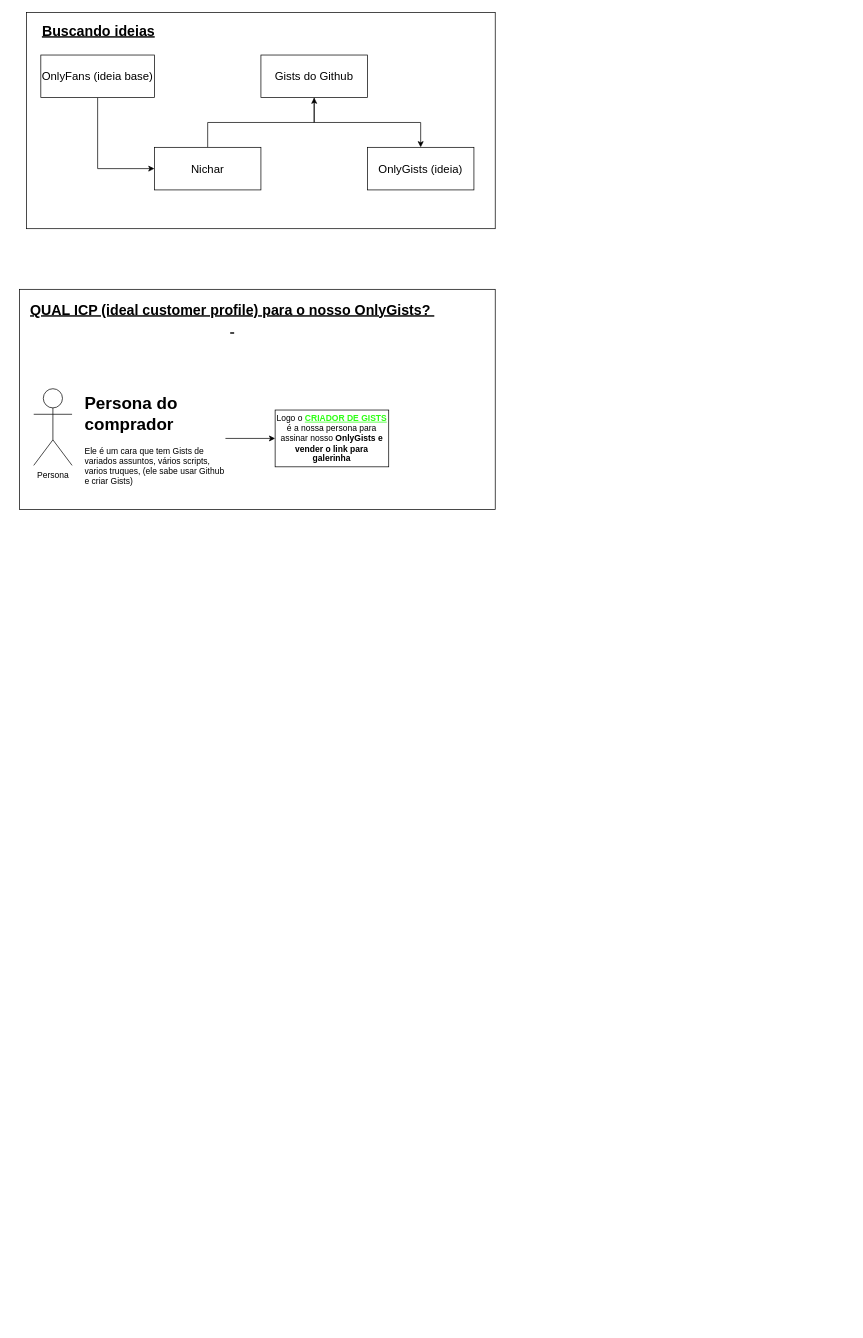
Earlier version of the draw.io diagram saas-renanlimaleite.drawio (renanlimaleite/studies). Source tidied: cells renumbered, new cells numbered last; positions are measured from the earlier drawing's top-left corner, leaving out a move shared by most shapes. Both pictures are drawn from the tidied source at 71%, with x=0, y=0 at pixel (19, 12).
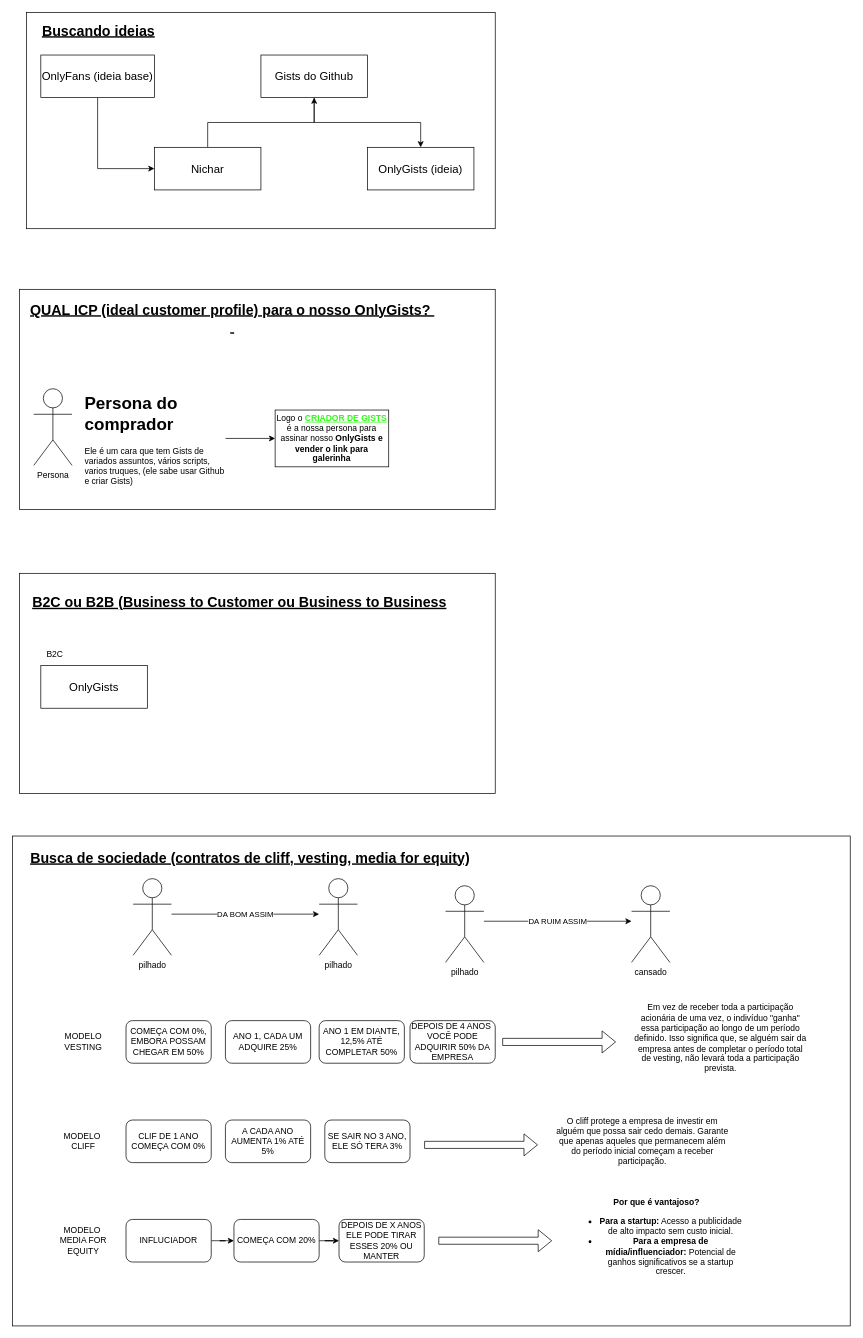
The same diagram, later.

Commit message:
contratos de cliff, vesting, media for equity

What changed in the source:
```diff
@@
+    <mxCell id="17" style="rounded=0;whiteSpace=wrap;html=1;" parent="1" vertex="1">
+      <mxGeometry x="-10" y="1160" width="1180" height="690" as="geometry" />
+    </mxCell>
@@
+    <mxCell id="18" style="rounded=0;whiteSpace=wrap;html=1;" parent="1" vertex="1">
+      <mxGeometry y="790" width="670" height="310" as="geometry" />
+    </mxCell>
+    <mxCell id="19" value="&lt;span style=&quot;font-size: 20px;&quot;&gt;&lt;b&gt;&lt;u&gt;B2C ou B2B (Business to Customer ou Business to Business&lt;/u&gt;&lt;/b&gt;&lt;/span&gt;" style="text;html=1;align=center;verticalAlign=middle;whiteSpace=wrap;rounded=0;" parent="1" vertex="1">
+      <mxGeometry x="10" y="810" width="600" height="40" as="geometry" />
+    </mxCell>
+    <mxCell id="20" value="&lt;span style=&quot;font-size: 16px;&quot;&gt;OnlyGists&lt;/span&gt;" style="rounded=0;whiteSpace=wrap;html=1;" parent="1" vertex="1">
+      <mxGeometry x="30" y="920" width="150" height="60" as="geometry" />
+    </mxCell>
+    <mxCell id="21" value="B2C" style="text;html=1;align=center;verticalAlign=middle;whiteSpace=wrap;rounded=0;" parent="1" vertex="1">
+      <mxGeometry x="20" y="890" width="60" height="30" as="geometry" />
+    </mxCell>
+    <mxCell id="22" value="&lt;span style=&quot;font-size: 20px;&quot;&gt;&lt;b&gt;&lt;u&gt;Busca de sociedade (contratos de cliff, vesting, media for equity)&lt;/u&gt;&lt;/b&gt;&lt;/span&gt;" style="text;html=1;align=center;verticalAlign=middle;whiteSpace=wrap;rounded=0;" parent="1" vertex="1">
+      <mxGeometry x="10" y="1170" width="630" height="40" as="geometry" />
+    </mxCell>
+    <mxCell id="23" value="DA BOM ASSIM" style="edgeStyle=orthogonalEdgeStyle;rounded=0;jettySize=auto;html=1;" parent="1" edge="1" source="24" target="25">
+      <mxGeometry relative="1" as="geometry">
+        <Array as="points">
+          <mxPoint x="324" y="1270" />
+          <mxPoint x="324" y="1270" />
+        </Array>
+      </mxGeometry>
+    </mxCell>
+    <mxCell id="24" value="pilhado" style="shape=umlActor;verticalLabelPosition=bottom;verticalAlign=top;html=1;" parent="1" vertex="1">
+      <mxGeometry x="160" y="1220" width="54" height="108" as="geometry" />
+    </mxCell>
+    <mxCell id="25" value="pilhado" style="shape=umlActor;verticalLabelPosition=bottom;verticalAlign=top;html=1;" parent="1" vertex="1">
+      <mxGeometry x="422" y="1220" width="54" height="108" as="geometry" />
+    </mxCell>
+    <mxCell id="26" value="MODELO VESTING" style="text;html=1;align=center;verticalAlign=middle;whiteSpace=wrap;rounded=0;" parent="1" vertex="1">
+      <mxGeometry x="60" y="1435" width="60" height="30" as="geometry" />
+    </mxCell>
+    <mxCell id="27" value="DEPOIS DE 4 ANOS&amp;nbsp;&lt;div&gt;VOCÊ PODE ADQUIRIR 50% DA EMPRESA&lt;/div&gt;" style="rounded=1;whiteSpace=wrap;html=1;" parent="1" vertex="1">
+      <mxGeometry x="550" y="1420" width="120" height="60" as="geometry" />
+    </mxCell>
+    <mxCell id="28" value="COMEÇA COM 0%,&lt;br&gt;EMBORA POSSAM CHEGAR EM 50%" style="rounded=1;whiteSpace=wrap;html=1;" parent="1" vertex="1">
+      <mxGeometry x="150" y="1420" width="120" height="60" as="geometry" />
+    </mxCell>
+    <mxCell id="29" value="MODELO&amp;nbsp;&lt;br&gt;CLIFF" style="text;html=1;align=center;verticalAlign=middle;whiteSpace=wrap;rounded=0;" parent="1" vertex="1">
+      <mxGeometry x="60" y="1575" width="60" height="30" as="geometry" />
+    </mxCell>
+    <mxCell id="30" value="CLIF DE 1 ANO&lt;br&gt;COMEÇA COM 0%" style="rounded=1;whiteSpace=wrap;html=1;" parent="1" vertex="1">
+      <mxGeometry x="150" y="1560" width="120" height="60" as="geometry" />
+    </mxCell>
+    <mxCell id="31" value="MODELO&amp;nbsp;&lt;br&gt;MEDIA FOR EQUITY" style="text;html=1;align=center;verticalAlign=middle;whiteSpace=wrap;rounded=0;" parent="1" vertex="1">
+      <mxGeometry x="50" y="1715" width="80" height="30" as="geometry" />
+    </mxCell>
+    <mxCell id="32" style="edgeStyle=orthogonalEdgeStyle;rounded=0;jettySize=auto;html=1;" parent="1" edge="1" source="33" target="35">
+      <mxGeometry relative="1" as="geometry" />
+    </mxCell>
+    <mxCell id="33" value="INFLUCIADOR" style="rounded=1;whiteSpace=wrap;html=1;" parent="1" vertex="1">
+      <mxGeometry x="150" y="1700" width="120" height="60" as="geometry" />
+    </mxCell>
+    <mxCell id="34" style="edgeStyle=orthogonalEdgeStyle;rounded=0;jettySize=auto;html=1;" parent="1" edge="1" source="35" target="36">
+      <mxGeometry relative="1" as="geometry" />
+    </mxCell>
+    <mxCell id="35" value="COMEÇA COM 20%" style="rounded=1;whiteSpace=wrap;html=1;" parent="1" vertex="1">
+      <mxGeometry x="302" y="1700" width="120" height="60" as="geometry" />
+    </mxCell>
+    <mxCell id="36" value="DEPOIS DE X ANOS ELE PODE TIRAR ESSES 20% OU MANTER" style="rounded=1;whiteSpace=wrap;html=1;" parent="1" vertex="1">
+      <mxGeometry x="450" y="1700" width="120" height="60" as="geometry" />
+    </mxCell>
+    <mxCell id="37" value="ANO 1, CADA UM ADQUIRE 25%" style="rounded=1;whiteSpace=wrap;html=1;" parent="1" vertex="1">
+      <mxGeometry x="290" y="1420" width="120" height="60" as="geometry" />
+    </mxCell>
+    <mxCell id="38" value="ANO 1 EM DIANTE, 12,5% ATÉ COMPLETAR 50%" style="rounded=1;whiteSpace=wrap;html=1;" parent="1" vertex="1">
+      <mxGeometry x="422" y="1420" width="120" height="60" as="geometry" />
+    </mxCell>
+    <mxCell id="39" style="shape=flexArrow;endArrow=classic;html=1;rounded=0;" parent="1" edge="1">
+      <mxGeometry relative="1" as="geometry">
+        <mxPoint x="680" y="1450" as="sourcePoint" />
+        <mxPoint x="840" y="1450" as="targetPoint" />
+      </mxGeometry>
+    </mxCell>
+    <mxCell id="40" value="&lt;p&gt;Em vez de receber toda a participação acionária de uma vez, o indivíduo &quot;ganha&quot; essa participação ao longo de um período definido. Isso significa que, se alguém sair da empresa antes de completar o período total de vesting, não levará toda a participação prevista.&lt;/p&gt;&lt;p&gt;&lt;/p&gt;" style="text;html=1;align=center;verticalAlign=middle;whiteSpace=wrap;rounded=0;" parent="1" vertex="1">
+      <mxGeometry x="865" y="1430" width="245" height="30" as="geometry" />
+    </mxCell>
+    <mxCell id="41" value="A CADA ANO AUMENTA 1% ATÉ 5%" style="rounded=1;whiteSpace=wrap;html=1;" parent="1" vertex="1">
+      <mxGeometry x="290" y="1560" width="120" height="60" as="geometry" />
+    </mxCell>
+    <mxCell id="42" value="SE SAIR NO 3 ANO, ELE SÓ TERA 3%" style="rounded=1;whiteSpace=wrap;html=1;" parent="1" vertex="1">
+      <mxGeometry x="430" y="1560" width="120" height="60" as="geometry" />
+    </mxCell>
+    <mxCell id="43" style="shape=flexArrow;endArrow=classic;html=1;rounded=0;" parent="1" edge="1">
+      <mxGeometry relative="1" as="geometry">
+        <mxPoint x="570" y="1595" as="sourcePoint" />
+        <mxPoint x="730" y="1595" as="targetPoint" />
+      </mxGeometry>
+    </mxCell>
+    <mxCell id="44" value="&lt;p&gt;O cliff protege a empresa de investir em alguém que possa sair cedo demais. Garante que apenas aqueles que permanecem além do período inicial começam a receber participação.&lt;/p&gt;&lt;p&gt;&lt;/p&gt;" style="text;html=1;align=center;verticalAlign=middle;whiteSpace=wrap;rounded=0;" parent="1" vertex="1">
+      <mxGeometry x="755" y="1575" width="245" height="30" as="geometry" />
+    </mxCell>
+    <mxCell id="45" style="shape=flexArrow;endArrow=classic;html=1;rounded=0;" parent="1" edge="1">
+      <mxGeometry relative="1" as="geometry">
+        <mxPoint x="590" y="1730" as="sourcePoint" />
+        <mxPoint x="750" y="1730" as="targetPoint" />
+      </mxGeometry>
+    </mxCell>
+    <mxCell id="46" value="&lt;p&gt;&lt;strong&gt;Por que é vantajoso?&lt;/strong&gt;&lt;/p&gt;&lt;ul&gt;&lt;li&gt;&lt;strong&gt;Para a startup:&lt;/strong&gt; Acesso a publicidade de alto impacto sem custo inicial.&lt;/li&gt;&lt;li&gt;&lt;strong&gt;Para a empresa de mídia/influenciador:&lt;/strong&gt; Potencial de ganhos significativos se a startup crescer.&lt;/li&gt;&lt;/ul&gt;&lt;p&gt;&lt;/p&gt;" style="text;html=1;align=center;verticalAlign=middle;whiteSpace=wrap;rounded=0;" parent="1" vertex="1">
+      <mxGeometry x="775" y="1710" width="245" height="30" as="geometry" />
+    </mxCell>
+    <mxCell id="47" value="DA RUIM ASSIM" style="edgeStyle=orthogonalEdgeStyle;rounded=0;jettySize=auto;html=1;" parent="1" edge="1" source="48" target="49">
+      <mxGeometry relative="1" as="geometry">
+        <Array as="points">
+          <mxPoint x="764" y="1280" />
+          <mxPoint x="764" y="1280" />
+        </Array>
+      </mxGeometry>
+    </mxCell>
+    <mxCell id="48" value="pilhado" style="shape=umlActor;verticalLabelPosition=bottom;verticalAlign=top;html=1;" parent="1" vertex="1">
+      <mxGeometry x="600" y="1230" width="54" height="108" as="geometry" />
+    </mxCell>
+    <mxCell id="49" value="cansado" style="shape=umlActor;verticalLabelPosition=bottom;verticalAlign=top;html=1;" parent="1" vertex="1">
+      <mxGeometry x="862" y="1230" width="54" height="108" as="geometry" />
+    </mxCell>
```
